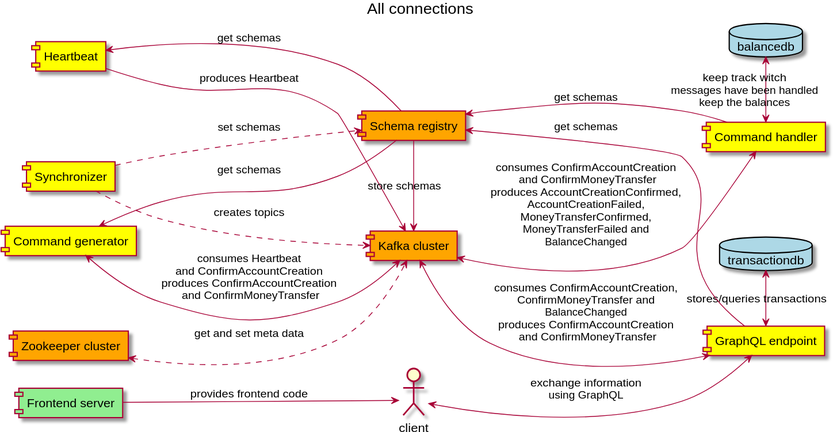
Above: docs/overview.svg in openweb-nl/open-bank-mark (PlantUML), before the change. Its source is kept beside it as resources/overview.puml.
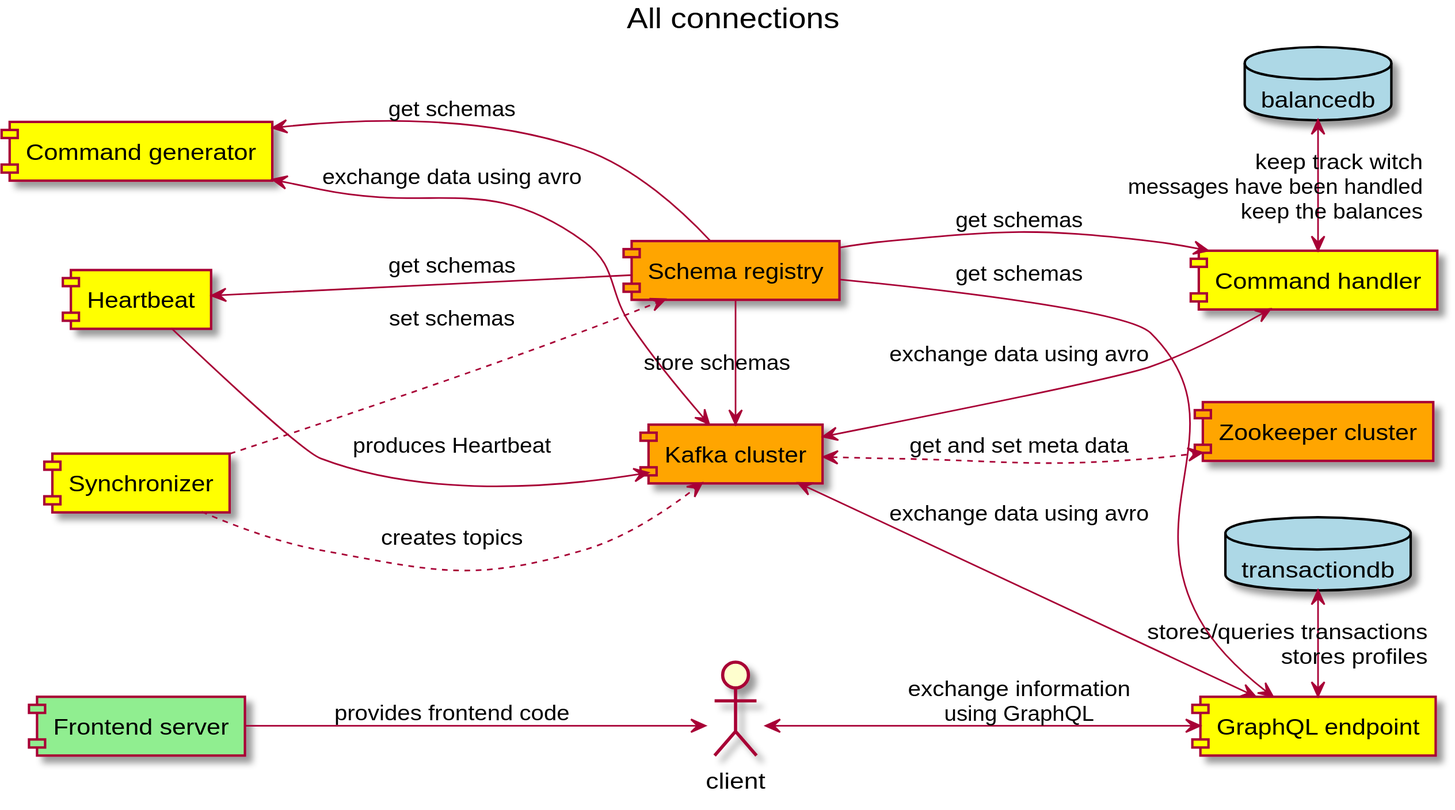
The same diagram one commit later.

The edit, as a diff of the source:
```diff
@@ -20,15 +20,15 @@
 sy ..> kc : creates topics
 fs --> cl : provides frontend code
 cl <--> ge : exchange information\nusing GraphQL
-zc <..> kc : get and set meta data
-cg <--> kc : consumes Heartbeat\nand ConfirmAccountCreation\nproduces ConfirmAccountCreation\n and ConfirmMoneyTransfer
-kc <--> ch : consumes ConfirmAccountCreation\n and ConfirmMoneyTransfer\nproduces AccountCreationConfirmed,\nAccountCreationFailed,\nMoneyTransferConfirmed,\nMoneyTransferFailed and\nBalanceChanged
-kc <--> ge : consumes ConfirmAccountCreation,\nConfirmMoneyTransfer and\nBalanceChanged\nproduces ConfirmAccountCreation\n and ConfirmMoneyTransfer
+kc <..> zc : get and set meta data
+cg <--> kc : exchange data using avro
+kc <--> ch : exchange data using avro
+kc <--> ge : exchange data using avro
 hb --> kc : produces Heartbeat
-pgb <-> ch : keep track witch\nmessages have been handled\nkeep the balances
-pgt <-> ge : stores/queries transactions
-sr <-- ch : get schemas
-sr <-- ge : get schemas
+pgb <-> ch : keep track witch\rmessages have been handled\nkeep the balances
+pgt <-> ge : stores/queries transactions\rstores profiles
+sr --> ch : get schemas
+sr --> ge : get schemas
 sr -> kc : store schemas
 hb <-- sr : get schemas
 cg <-- sr : get schemas
```
